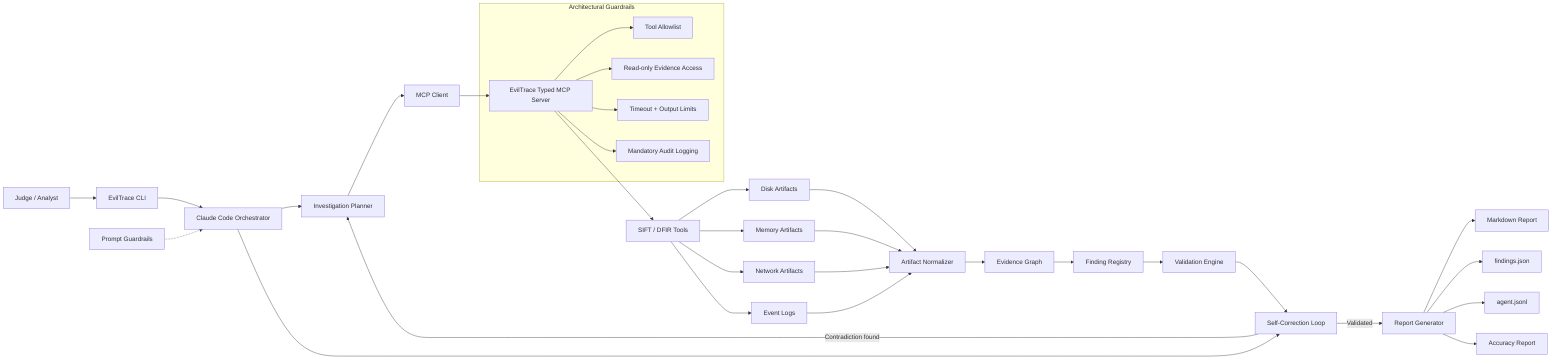
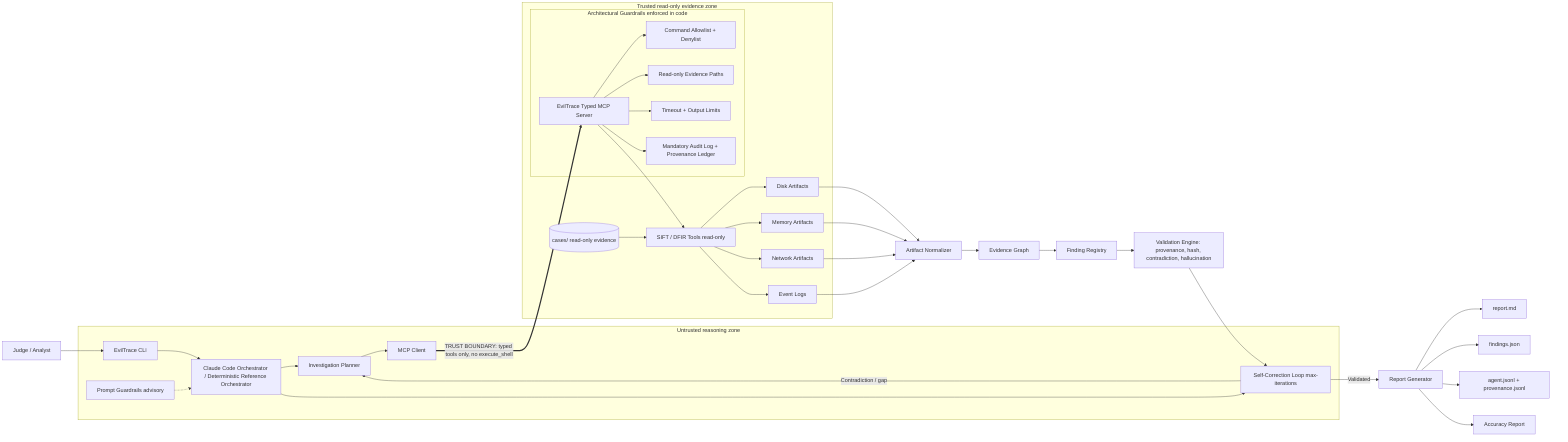
flowchart LR
    User[Judge / Analyst] --> CLI[EvilTrace CLI]
-     CLI --> Claude[Claude Code Orchestrator]
-     Claude --> Planner[Investigation Planner]
-     Claude --> Loop[Self-Correction Loop]
-     Planner --> MCPClient[MCP Client]
-     MCPClient --> MCP[EvilTrace Typed MCP Server]

-     subgraph Guardrails[Architectural Guardrails]
-         MCP --> Allowlist[Tool Allowlist]
-         MCP --> ReadOnly[Read-only Evidence Access]
-         MCP --> Timeout[Timeout + Output Limits]
-         MCP --> Audit[Mandatory Audit Logging]
+     subgraph Untrusted[Untrusted reasoning zone]
+         CLI --> Claude[Claude Code Orchestrator / Deterministic Reference Orchestrator]
+         Claude --> Planner[Investigation Planner]
+         Claude --> Loop[Self-Correction Loop max-iterations]
+         Planner --> MCPClient[MCP Client]
+         PromptGuard[Prompt Guardrails advisory]
+         PromptGuard -.-> Claude
    end

-     MCP --> SIFT[SIFT / DFIR Tools]
-     SIFT --> Disk[Disk Artifacts]
-     SIFT --> Memory[Memory Artifacts]
-     SIFT --> Network[Network Artifacts]
-     SIFT --> Logs[Event Logs]
+     MCPClient ==>|TRUST BOUNDARY: typed tools only, no execute_shell| MCP[EvilTrace Typed MCP Server]
+ 
+     subgraph Trusted[Trusted read-only evidence zone]
+         subgraph Guardrails[Architectural Guardrails enforced in code]
+             MCP --> Allowlist[Command Allowlist + Denylist]
+             MCP --> ReadOnly[Read-only Evidence Paths]
+             MCP --> Timeout[Timeout + Output Limits]
+             MCP --> Audit[Mandatory Audit Log + Provenance Ledger]
+         end
+         MCP --> SIFT[SIFT / DFIR Tools read-only]
+         SIFT --> Disk[Disk Artifacts]
+         SIFT --> Memory[Memory Artifacts]
+         SIFT --> Network[Network Artifacts]
+         SIFT --> Logs[Event Logs]
+         Evidence[(cases/ read-only evidence)] --> SIFT
+     end

    Disk --> Normalize[Artifact Normalizer]
    Memory --> Normalize
    Network --> Normalize
    Logs --> Normalize
    Normalize --> Graph[Evidence Graph]
    Graph --> Findings[Finding Registry]
-     Findings --> Validator[Validation Engine]
+     Findings --> Validator[Validation Engine: provenance, hash, contradiction, hallucination]
    Validator --> Loop
-     Loop -->|Contradiction found| Planner
+     Loop -->|Contradiction / gap| Planner
    Loop -->|Validated| Report[Report Generator]
-     Report --> MD[Markdown Report]
+     Report --> MD[report.md]
    Report --> JSON[findings.json]
-     Report --> LogsOut[agent.jsonl]
+     Report --> LogsOut[agent.jsonl + provenance.jsonl]
    Report --> Accuracy[Accuracy Report]
-     PromptGuard[Prompt Guardrails] -.-> Claude
- 
